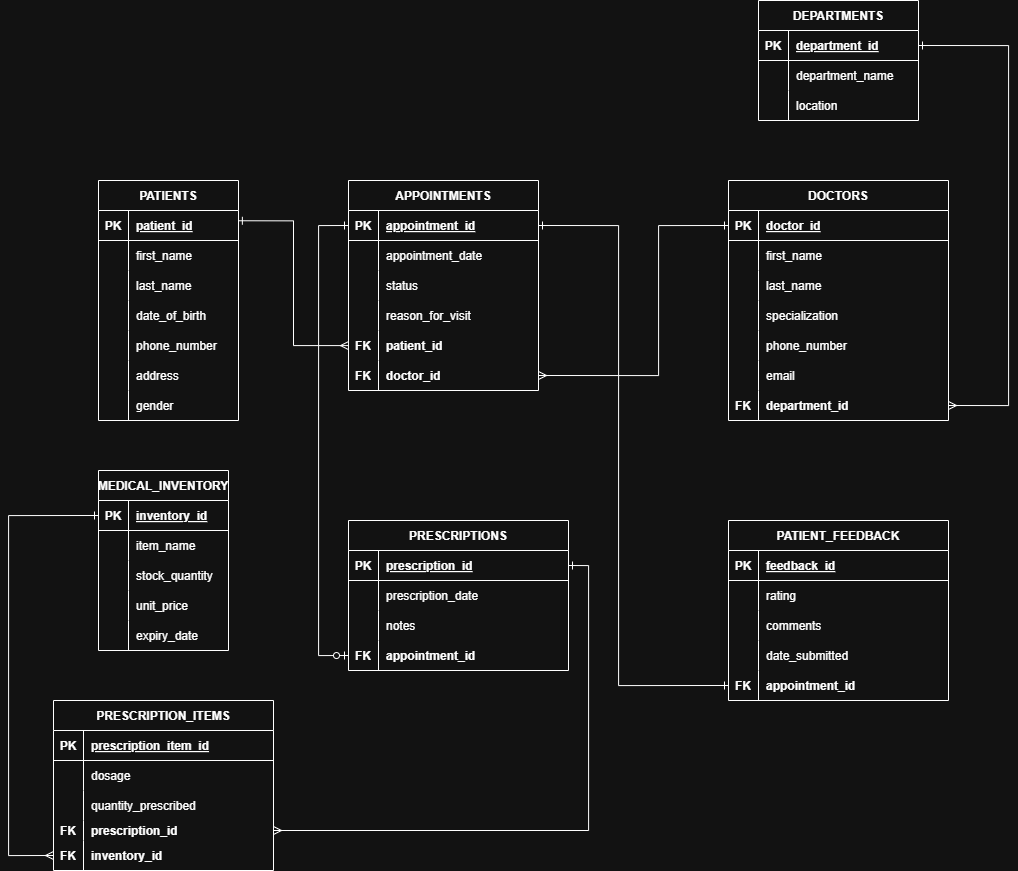
Above: Hospital ER Diagram.drawio.png in pekyi1/Hospital-Healthcare-Management (draw.io), before the change. Source tidied: cells renumbered, new cells last; positions are measured from the earlier drawing's top-left corner, leaving out a move shared by most shapes.
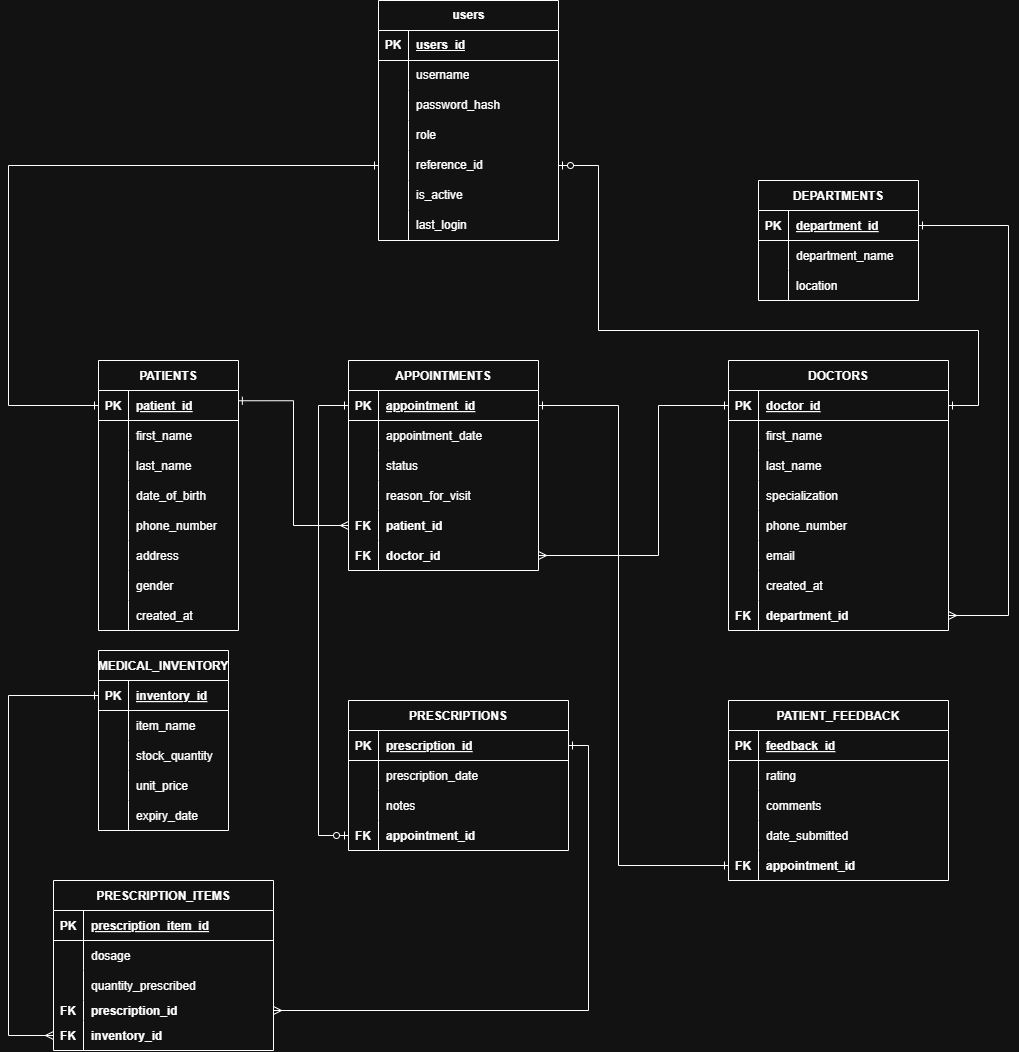
After the commit.

The edit, as a diff of the source:
```diff
@@ -33,7 +33,7 @@
       <mxGeometry x="30" width="130" height="30" as="geometry" />
     </mxCell>
     <mxCell id="12" value="DOCTORS" style="shape=table;startSize=30;rowLines=0;fontStyle=1;align=center;" parent="1" vertex="1">
-      <mxGeometry x="720" y="180" width="220" height="240" as="geometry" />
+      <mxGeometry x="720" y="180" width="220" height="270" as="geometry" />
     </mxCell>
     <mxCell id="13" style="shape=tableRow;horizontal=0;startSize=0;swimlaneHead=0;swimlaneBody=0;fillColor=none;points=[[0,0.5],[1,0.5]];portConstraint=eastwest;strokeColor=inherit;top=0;left=0;right=0;bottom=1;" parent="12" vertex="1">
       <mxGeometry y="30" width="220" height="30" as="geometry" />
@@ -89,8 +89,17 @@
     <mxCell id="30" value="email" style="shape=partialRectangle;overflow=hidden;fillColor=none;align=left;strokeColor=inherit;top=0;left=0;bottom=0;right=0;spacingLeft=6;" parent="28" vertex="1">
       <mxGeometry x="30" width="190" height="30" as="geometry" />
     </mxCell>
+    <mxCell id="143" style="shape=tableRow;horizontal=0;startSize=0;swimlaneHead=0;swimlaneBody=0;fillColor=none;strokeColor=inherit;top=0;left=0;right=0;bottom=0;" parent="12" vertex="1">
+      <mxGeometry y="210" width="220" height="30" as="geometry" />
+    </mxCell>
+    <mxCell id="144" style="shape=partialRectangle;overflow=hidden;fillColor=none;strokeColor=inherit;top=0;left=0;bottom=0;right=0;" parent="143" vertex="1">
+      <mxGeometry width="30" height="30" as="geometry" />
+    </mxCell>
+    <mxCell id="145" value="created_at" style="shape=partialRectangle;overflow=hidden;fillColor=none;align=left;strokeColor=inherit;top=0;left=0;bottom=0;right=0;spacingLeft=6;" parent="143" vertex="1">
+      <mxGeometry x="30" width="190" height="30" as="geometry" />
+    </mxCell>
     <mxCell id="31" style="shape=tableRow;horizontal=0;startSize=0;swimlaneHead=0;swimlaneBody=0;fillColor=none;points=[[0,0.5],[1,0.5]];portConstraint=eastwest;strokeColor=inherit;top=0;left=0;right=0;bottom=0;" parent="12" vertex="1">
-      <mxGeometry y="210" width="220" height="30" as="geometry" />
+      <mxGeometry y="240" width="220" height="30" as="geometry" />
     </mxCell>
     <mxCell id="32" value="FK" style="shape=partialRectangle;overflow=hidden;fillColor=none;strokeColor=inherit;top=0;left=0;bottom=0;right=0;fontStyle=1;" parent="31" vertex="1">
       <mxGeometry width="30" height="30" as="geometry" />
@@ -99,7 +108,7 @@
       <mxGeometry x="30" width="190" height="30" as="geometry" />
     </mxCell>
     <mxCell id="34" value="PATIENTS" style="shape=table;startSize=30;rowLines=0;fontStyle=1;align=center;" parent="1" vertex="1">
-      <mxGeometry x="90" y="180" width="140" height="240" as="geometry" />
+      <mxGeometry x="90" y="180" width="140" height="270" as="geometry" />
     </mxCell>
     <mxCell id="35" style="shape=tableRow;horizontal=0;startSize=0;swimlaneHead=0;swimlaneBody=0;fillColor=none;points=[[0,0.5],[1,0.5]];portConstraint=eastwest;strokeColor=inherit;top=0;left=0;right=0;bottom=1;" parent="34" vertex="1">
       <mxGeometry y="30" width="140" height="30" as="geometry" />
@@ -164,6 +173,15 @@
     <mxCell id="55" value="gender" style="shape=partialRectangle;overflow=hidden;fillColor=none;align=left;strokeColor=inherit;top=0;left=0;bottom=0;right=0;spacingLeft=6;" parent="53" vertex="1">
       <mxGeometry x="30" width="110" height="30" as="geometry" />
     </mxCell>
+    <mxCell id="146" style="shape=tableRow;horizontal=0;startSize=0;swimlaneHead=0;swimlaneBody=0;fillColor=none;strokeColor=inherit;top=0;left=0;right=0;bottom=0;" parent="34" vertex="1">
+      <mxGeometry y="240" width="140" height="30" as="geometry" />
+    </mxCell>
+    <mxCell id="147" style="shape=partialRectangle;overflow=hidden;fillColor=none;strokeColor=inherit;top=0;left=0;bottom=0;right=0;" parent="146" vertex="1">
+      <mxGeometry width="30" height="30" as="geometry" />
+    </mxCell>
+    <mxCell id="148" value="created_at" style="shape=partialRectangle;overflow=hidden;fillColor=none;align=left;strokeColor=inherit;top=0;left=0;bottom=0;right=0;spacingLeft=6;" parent="146" vertex="1">
+      <mxGeometry x="30" width="110" height="30" as="geometry" />
+    </mxCell>
     <mxCell id="56" value="APPOINTMENTS" style="shape=table;startSize=30;rowLines=0;fontStyle=1;align=center;" parent="1" vertex="1">
       <mxGeometry x="340" y="180" width="190" height="210" as="geometry" />
     </mxCell>
@@ -359,7 +377,7 @@
     <mxCell id="120" style="edgeStyle=orthogonalEdgeStyle;fontSize=12;html=1;endArrow=ERone;endFill=0;rounded=0;exitX=1;exitY=0.5;exitDx=0;exitDy=0;entryX=1;entryY=0.5;entryDx=0;entryDy=0;startArrow=ERmany;startFill=0;" parent="1" edge="1" source="31" target="3">
       <mxGeometry relative="1" as="geometry">
         <Array as="points">
-          <mxPoint x="1000" y="405" />
+          <mxPoint x="1000" y="435" />
           <mxPoint x="1000" y="45" />
         </Array>
       </mxGeometry>
@@ -455,5 +473,89 @@
         </Array>
       </mxGeometry>
     </mxCell>
+    <mxCell id="149" value="users" style="shape=table;startSize=30;rowLines=0;fontStyle=1;align=center;html=1;" parent="1" vertex="1">
+      <mxGeometry x="370" y="-180" width="180" height="240" as="geometry" />
+    </mxCell>
+    <mxCell id="150" style="shape=tableRow;horizontal=0;startSize=0;swimlaneHead=0;swimlaneBody=0;fillColor=none;top=0;left=0;right=0;bottom=1;" parent="149" vertex="1">
+      <mxGeometry y="30" width="180" height="30" as="geometry" />
+    </mxCell>
+    <mxCell id="151" value="PK" style="shape=partialRectangle;fillColor=none;top=0;left=0;bottom=0;right=0;fontStyle=1;overflow=hidden;whiteSpace=wrap;html=1;" parent="150" vertex="1">
+      <mxGeometry width="30" height="30" as="geometry" />
+    </mxCell>
+    <mxCell id="152" value="users_id" style="shape=partialRectangle;fillColor=none;top=0;left=0;bottom=0;right=0;align=left;spacingLeft=6;fontStyle=5;overflow=hidden;whiteSpace=wrap;html=1;" parent="150" vertex="1">
+      <mxGeometry x="30" width="150" height="30" as="geometry" />
+    </mxCell>
+    <mxCell id="153" style="shape=tableRow;horizontal=0;startSize=0;swimlaneHead=0;swimlaneBody=0;fillColor=none;top=0;left=0;right=0;bottom=0;" parent="149" vertex="1">
+      <mxGeometry y="60" width="180" height="30" as="geometry" />
+    </mxCell>
+    <mxCell id="154" style="shape=partialRectangle;fillColor=none;top=0;left=0;bottom=0;right=0;overflow=hidden;whiteSpace=wrap;html=1;" parent="153" vertex="1">
+      <mxGeometry width="30" height="30" as="geometry" />
+    </mxCell>
+    <mxCell id="155" value="username" style="shape=partialRectangle;fillColor=none;top=0;left=0;bottom=0;right=0;align=left;spacingLeft=6;overflow=hidden;whiteSpace=wrap;html=1;" parent="153" vertex="1">
+      <mxGeometry x="30" width="150" height="30" as="geometry" />
+    </mxCell>
+    <mxCell id="156" style="shape=tableRow;horizontal=0;startSize=0;swimlaneHead=0;swimlaneBody=0;fillColor=none;top=0;left=0;right=0;bottom=0;" parent="149" vertex="1">
+      <mxGeometry y="90" width="180" height="30" as="geometry" />
+    </mxCell>
+    <mxCell id="157" style="shape=partialRectangle;fillColor=none;top=0;left=0;bottom=0;right=0;overflow=hidden;whiteSpace=wrap;html=1;" parent="156" vertex="1">
+      <mxGeometry width="30" height="30" as="geometry" />
+    </mxCell>
+    <mxCell id="158" value="password_hash" style="shape=partialRectangle;fillColor=none;top=0;left=0;bottom=0;right=0;align=left;spacingLeft=6;overflow=hidden;whiteSpace=wrap;html=1;" parent="156" vertex="1">
+      <mxGeometry x="30" width="150" height="30" as="geometry" />
+    </mxCell>
+    <mxCell id="159" style="shape=tableRow;horizontal=0;startSize=0;swimlaneHead=0;swimlaneBody=0;fillColor=none;top=0;left=0;right=0;bottom=0;" parent="149" vertex="1">
+      <mxGeometry y="120" width="180" height="30" as="geometry" />
+    </mxCell>
+    <mxCell id="160" style="shape=partialRectangle;fillColor=none;top=0;left=0;bottom=0;right=0;overflow=hidden;whiteSpace=wrap;html=1;" parent="159" vertex="1">
+      <mxGeometry width="30" height="30" as="geometry" />
+    </mxCell>
+    <mxCell id="161" value="role" style="shape=partialRectangle;fillColor=none;top=0;left=0;bottom=0;right=0;align=left;spacingLeft=6;overflow=hidden;whiteSpace=wrap;html=1;" parent="159" vertex="1">
+      <mxGeometry x="30" width="150" height="30" as="geometry" />
+    </mxCell>
+    <mxCell id="162" style="shape=tableRow;horizontal=0;startSize=0;swimlaneHead=0;swimlaneBody=0;fillColor=none;points=[[0,0.5],[1,0.5]];portConstraint=eastwest;top=0;left=0;right=0;bottom=0;" parent="149" vertex="1">
+      <mxGeometry y="150" width="180" height="30" as="geometry" />
+    </mxCell>
+    <mxCell id="163" style="shape=partialRectangle;fillColor=none;top=0;left=0;bottom=0;right=0;overflow=hidden;whiteSpace=wrap;html=1;" parent="162" vertex="1">
+      <mxGeometry width="30" height="30" as="geometry" />
+    </mxCell>
+    <mxCell id="164" value="reference_id" style="shape=partialRectangle;fillColor=none;top=0;left=0;bottom=0;right=0;align=left;spacingLeft=6;overflow=hidden;whiteSpace=wrap;html=1;" parent="162" vertex="1">
+      <mxGeometry x="30" width="150" height="30" as="geometry" />
+    </mxCell>
+    <mxCell id="165" style="shape=tableRow;horizontal=0;startSize=0;swimlaneHead=0;swimlaneBody=0;fillColor=none;top=0;left=0;right=0;bottom=0;" parent="149" vertex="1">
+      <mxGeometry y="180" width="180" height="30" as="geometry" />
+    </mxCell>
+    <mxCell id="166" style="shape=partialRectangle;fillColor=none;top=0;left=0;bottom=0;right=0;overflow=hidden;whiteSpace=wrap;html=1;" parent="165" vertex="1">
+      <mxGeometry width="30" height="30" as="geometry" />
+    </mxCell>
+    <mxCell id="167" value="is_active" style="shape=partialRectangle;fillColor=none;top=0;left=0;bottom=0;right=0;align=left;spacingLeft=6;overflow=hidden;whiteSpace=wrap;html=1;" parent="165" vertex="1">
+      <mxGeometry x="30" width="150" height="30" as="geometry" />
+    </mxCell>
+    <mxCell id="168" style="shape=tableRow;horizontal=0;startSize=0;swimlaneHead=0;swimlaneBody=0;fillColor=none;top=0;left=0;right=0;bottom=0;" parent="149" vertex="1">
+      <mxGeometry y="210" width="180" height="30" as="geometry" />
+    </mxCell>
+    <mxCell id="169" style="shape=partialRectangle;fillColor=none;top=0;left=0;bottom=0;right=0;overflow=hidden;whiteSpace=wrap;html=1;" parent="168" vertex="1">
+      <mxGeometry width="30" height="30" as="geometry" />
+    </mxCell>
+    <mxCell id="170" value="last_login" style="shape=partialRectangle;fillColor=none;top=0;left=0;bottom=0;right=0;align=left;spacingLeft=6;overflow=hidden;whiteSpace=wrap;html=1;" parent="168" vertex="1">
+      <mxGeometry x="30" width="150" height="30" as="geometry" />
+    </mxCell>
+    <mxCell id="171" style="edgeStyle=orthogonalEdgeStyle;fontSize=12;html=1;endArrow=ERone;startArrow=ERone;rounded=0;entryX=0;entryY=0.5;entryDx=0;entryDy=0;exitX=0;exitY=0.5;exitDx=0;exitDy=0;endFill=0;startFill=0;" parent="1" edge="1" source="35" target="162">
+      <mxGeometry relative="1" as="geometry">
+        <Array as="points">
+          <mxPoint y="225" />
+          <mxPoint y="-15" />
+        </Array>
+      </mxGeometry>
+    </mxCell>
+    <mxCell id="172" style="edgeStyle=orthogonalEdgeStyle;fontSize=12;html=1;endArrow=ERone;rounded=0;exitX=1;exitY=0.5;exitDx=0;exitDy=0;entryX=1;entryY=0.5;entryDx=0;entryDy=0;startArrow=ERzeroToOne;startFill=0;endFill=0;" parent="1" edge="1" source="162" target="13">
+      <mxGeometry relative="1" as="geometry">
+        <Array as="points">
+          <mxPoint x="590" y="-15" />
+          <mxPoint x="590" y="150" />
+          <mxPoint x="970" y="150" />
+          <mxPoint x="970" y="225" />
+        </Array>
+      </mxGeometry>
+    </mxCell>
   </root>
 </mxGraphModel>
```
